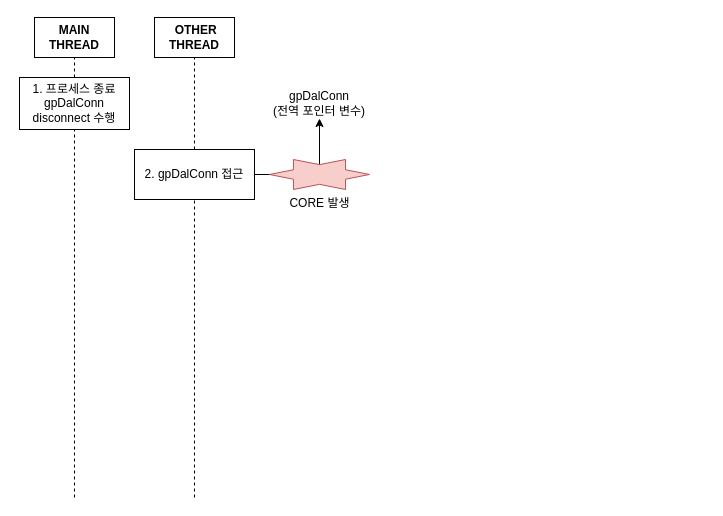
Before: page "페이지-2" (2 of 2) of trace.drawio in JaeHyeon774/NEWTIL, a draw.io diagram. Source tidied: cells renumbered, new cells numbered last; positions are measured from the earlier drawing's top-left corner, leaving out a move shared by most shapes. Both pictures are drawn from the tidied source at 100%, with x=0, y=0 at pixel (19, 17).
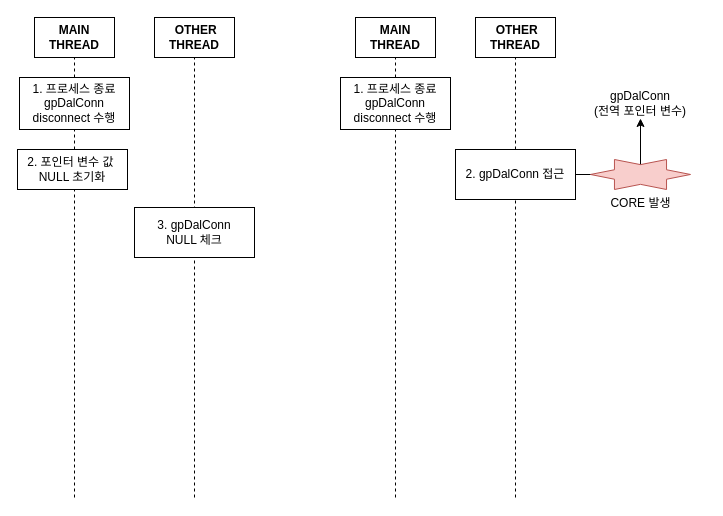
The same diagram, later.

The edit, as a diff of the source:
```diff
@@
-    <mxCell id="7" style="edgeStyle=orthogonalEdgeStyle;rounded=0;jettySize=auto;html=1;exitX=1;exitY=0.5;exitDx=0;exitDy=0;entryX=0.5;entryY=1;entryDx=0;entryDy=0;" parent="1" edge="1" source="8" target="9">
-      <mxGeometry relative="1" as="geometry" />
-    </mxCell>
-    <mxCell id="8" value="2. gpDalConn 접근" style="rounded=0;whiteSpace=wrap;html=1;" parent="1" vertex="1">
-      <mxGeometry x="115" y="132" width="120" height="50" as="geometry" />
+    <mxCell id="8" value="3. gpDalConn&lt;div&gt;NULL 체크&lt;/div&gt;" style="rounded=0;whiteSpace=wrap;html=1;" parent="1" vertex="1">
+      <mxGeometry x="115" y="190" width="120" height="50" as="geometry" />
     </mxCell>
+    <mxCell id="11" value="2. 포인터 변수 값&amp;nbsp;&lt;div&gt;NULL 초기화&lt;/div&gt;" style="rounded=0;whiteSpace=wrap;html=1;" parent="1" vertex="1">
+      <mxGeometry x="-2" y="132" width="110" height="40" as="geometry" />
+    </mxCell>
+    <mxCell id="12" value="&lt;b&gt;MAIN THREAD&lt;/b&gt;" style="rounded=0;whiteSpace=wrap;html=1;" parent="1" vertex="1">
+      <mxGeometry x="336" width="80" height="40" as="geometry" />
+    </mxCell>
+    <mxCell id="13" style="endArrow=none;dashed=1;html=1;rounded=0;entryX=0.5;entryY=1;entryDx=0;entryDy=0;" parent="1" edge="1" target="12">
+      <mxGeometry relative="1" as="geometry">
+        <mxPoint x="376" y="480" as="sourcePoint" />
+      </mxGeometry>
+    </mxCell>
+    <mxCell id="14" value="&lt;b&gt;&amp;nbsp;OTHER THREAD&lt;/b&gt;" style="rounded=0;whiteSpace=wrap;html=1;" parent="1" vertex="1">
+      <mxGeometry x="456" width="80" height="40" as="geometry" />
+    </mxCell>
+    <mxCell id="15" style="endArrow=none;dashed=1;html=1;rounded=0;entryX=0.5;entryY=1;entryDx=0;entryDy=0;" parent="1" edge="1" target="14">
+      <mxGeometry relative="1" as="geometry">
+        <mxPoint x="496" y="480" as="sourcePoint" />
+      </mxGeometry>
+    </mxCell>
+    <mxCell id="16" value="1. 프로세스 종료&lt;div&gt;gpDalConn disconnect 수행&lt;/div&gt;" style="rounded=0;whiteSpace=wrap;html=1;" parent="1" vertex="1">
+      <mxGeometry x="321" y="60" width="110" height="52" as="geometry" />
+    </mxCell>
+    <mxCell id="17" style="edgeStyle=orthogonalEdgeStyle;rounded=0;jettySize=auto;html=1;exitX=1;exitY=0.5;exitDx=0;exitDy=0;entryX=0.5;entryY=1;entryDx=0;entryDy=0;" parent="1" edge="1" source="18" target="9">
+      <mxGeometry relative="1" as="geometry" />
+    </mxCell>
+    <mxCell id="18" value="2. gpDalConn 접근" style="rounded=0;whiteSpace=wrap;html=1;" parent="1" vertex="1">
+      <mxGeometry x="436" y="132" width="120" height="50" as="geometry" />
+    </mxCell>
     <mxCell id="9" value="gpDalConn&lt;div&gt;(전역 포인터 변수)&lt;/div&gt;" style="text;html=1;align=center;verticalAlign=middle;whiteSpace=wrap;rounded=0;" parent="1" vertex="1">
-      <mxGeometry x="235" y="71" width="130" height="30" as="geometry" />
+      <mxGeometry x="556" y="71" width="130" height="30" as="geometry" />
     </mxCell>
     <mxCell id="10" value="CORE 발생" style="verticalLabelPosition=bottom;verticalAlign=top;html=1;shape=mxgraph.basic.6_point_star;fillColor=#f8cecc;strokeColor=#b85450;" parent="1" vertex="1">
-      <mxGeometry x="250" y="142" width="100" height="30" as="geometry" />
+      <mxGeometry x="571" y="142" width="100" height="30" as="geometry" />
     </mxCell>
```
